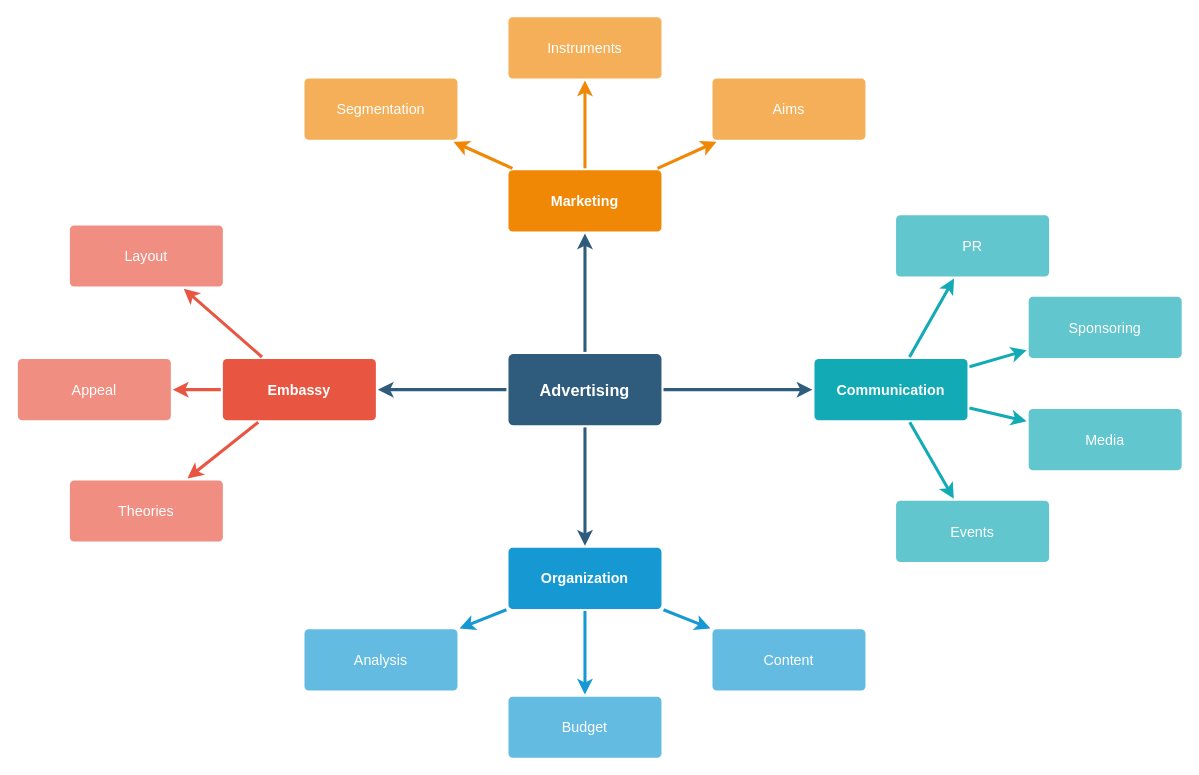
This is Bers.drawio from piemekanika/codewars, a draw.io file, before an edit. Source tidied: cells renumbered, new cells numbered last; positions are measured from the earlier drawing's top-left corner, leaving out a move shared by most shapes. Both pictures are drawn from the tidied source at 102%, with x=0, y=0 at pixel (17, 16).
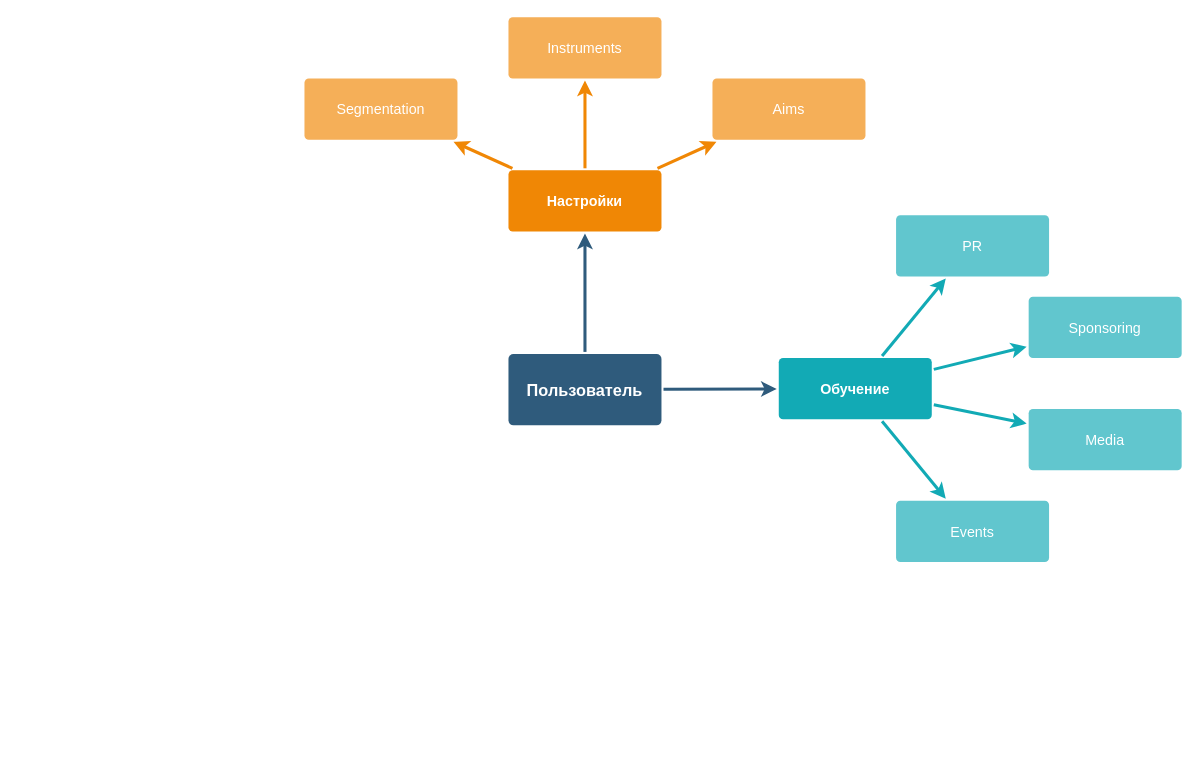
The same page after the edit.

What changed in the source:
```diff
@@
-    <mxCell id="4" style="edgeStyle=none;rounded=0;jumpStyle=none;html=1;shadow=0;labelBackgroundColor=none;startArrow=none;startFill=0;endArrow=classic;endFill=1;jettySize=auto;strokeColor=#2F5B7C;strokeWidth=3;fontFamily=Helvetica;fontSize=16;fontColor=#23445D;spacing=5;" parent="1" edge="1" source="6" target="17">
-      <mxGeometry relative="1" as="geometry" />
-    </mxCell>
-    <mxCell id="5" style="edgeStyle=none;rounded=0;jumpStyle=none;html=1;shadow=0;labelBackgroundColor=none;startArrow=none;startFill=0;endArrow=classic;endFill=1;jettySize=auto;strokeColor=#2F5B7C;strokeWidth=3;fontFamily=Helvetica;fontSize=16;fontColor=#23445D;spacing=5;" parent="1" edge="1" source="6" target="10">
-      <mxGeometry relative="1" as="geometry" />
-    </mxCell>
-    <mxCell id="6" value="Advertising" style="rounded=1;whiteSpace=wrap;html=1;shadow=0;labelBackgroundColor=none;strokeColor=none;strokeWidth=3;fillColor=#2F5B7C;fontFamily=Helvetica;fontSize=16;fontColor=#FFFFFF;align=center;fontStyle=1;spacing=5;arcSize=7;perimeterSpacing=2;" parent="1" vertex="1">
+    <mxCell id="6" value="Пользователь" style="rounded=1;whiteSpace=wrap;html=1;shadow=0;labelBackgroundColor=none;strokeColor=none;strokeWidth=3;fillColor=#2F5B7C;fontFamily=Helvetica;fontSize=16;fontColor=#FFFFFF;align=center;fontStyle=1;spacing=5;arcSize=7;perimeterSpacing=2;" parent="1" vertex="1">
       <mxGeometry x="481" y="330.5" width="150" height="70" as="geometry" />
     </mxCell>
-    <mxCell id="7" style="edgeStyle=none;rounded=1;jumpStyle=none;html=1;shadow=0;labelBackgroundColor=none;startArrow=none;startFill=0;jettySize=auto;strokeColor=#E85642;strokeWidth=3;fontFamily=Helvetica;fontSize=14;fontColor=#FFFFFF;spacing=5;fontStyle=1;fillColor=#b0e3e6;" parent="1" edge="1" source="10" target="13">
-      <mxGeometry relative="1" as="geometry" />
-    </mxCell>
-    <mxCell id="8" style="edgeStyle=none;rounded=1;jumpStyle=none;html=1;shadow=0;labelBackgroundColor=none;startArrow=none;startFill=0;jettySize=auto;strokeColor=#E85642;strokeWidth=3;fontFamily=Helvetica;fontSize=14;fontColor=#FFFFFF;spacing=5;fontStyle=1;fillColor=#b0e3e6;" parent="1" edge="1" source="10" target="12">
-      <mxGeometry relative="1" as="geometry" />
-    </mxCell>
-    <mxCell id="9" style="edgeStyle=none;rounded=1;jumpStyle=none;html=1;shadow=0;labelBackgroundColor=none;startArrow=none;startFill=0;jettySize=auto;strokeColor=#E85642;strokeWidth=3;fontFamily=Helvetica;fontSize=14;fontColor=#FFFFFF;spacing=5;fontStyle=1;fillColor=#b0e3e6;" parent="1" edge="1" source="10" target="11">
-      <mxGeometry relative="1" as="geometry" />
-    </mxCell>
-    <mxCell id="10" value="Embassy" style="rounded=1;whiteSpace=wrap;html=1;shadow=0;labelBackgroundColor=none;strokeColor=none;strokeWidth=3;fillColor=#e85642;fontFamily=Helvetica;fontSize=14;fontColor=#FFFFFF;align=center;spacing=5;fontStyle=1;arcSize=7;perimeterSpacing=2;" parent="1" vertex="1">
-      <mxGeometry x="201" y="335.5" width="150" height="60" as="geometry" />
-    </mxCell>
-    <mxCell id="11" value="Theories" style="rounded=1;whiteSpace=wrap;html=1;shadow=0;labelBackgroundColor=none;strokeColor=none;strokeWidth=3;fillColor=#f08e81;fontFamily=Helvetica;fontSize=14;fontColor=#FFFFFF;align=center;spacing=5;fontStyle=0;arcSize=7;perimeterSpacing=2;" parent="1" vertex="1">
-      <mxGeometry x="51" y="454.5" width="150" height="60" as="geometry" />
-    </mxCell>
-    <mxCell id="12" value="Appeal" style="rounded=1;whiteSpace=wrap;html=1;shadow=0;labelBackgroundColor=none;strokeColor=none;strokeWidth=3;fillColor=#f08e81;fontFamily=Helvetica;fontSize=14;fontColor=#FFFFFF;align=center;spacing=5;fontStyle=0;arcSize=7;perimeterSpacing=2;" parent="1" vertex="1">
-      <mxGeometry y="335.5" width="150" height="60" as="geometry" />
-    </mxCell>
-    <mxCell id="13" value="Layout" style="rounded=1;whiteSpace=wrap;html=1;shadow=0;labelBackgroundColor=none;strokeColor=none;strokeWidth=3;fillColor=#f08e81;fontFamily=Helvetica;fontSize=14;fontColor=#FFFFFF;align=center;spacing=5;fontStyle=0;arcSize=7;perimeterSpacing=2;" parent="1" vertex="1">
-      <mxGeometry x="51" y="204.5" width="150" height="60" as="geometry" />
-    </mxCell>
-    <mxCell id="14" style="edgeStyle=none;rounded=0;jumpStyle=none;html=1;shadow=0;labelBackgroundColor=none;startArrow=none;startFill=0;endArrow=classic;endFill=1;jettySize=auto;strokeColor=#1699D3;strokeWidth=3;fontFamily=Helvetica;fontSize=14;fontColor=#FFFFFF;spacing=5;" parent="1" edge="1" source="17" target="20">
-      <mxGeometry relative="1" as="geometry" />
-    </mxCell>
-    <mxCell id="15" style="edgeStyle=none;rounded=0;jumpStyle=none;html=1;shadow=0;labelBackgroundColor=none;startArrow=none;startFill=0;endArrow=classic;endFill=1;jettySize=auto;strokeColor=#1699D3;strokeWidth=3;fontFamily=Helvetica;fontSize=14;fontColor=#FFFFFF;spacing=5;" parent="1" edge="1" source="17" target="19">
-      <mxGeometry relative="1" as="geometry" />
-    </mxCell>
-    <mxCell id="16" style="edgeStyle=none;rounded=0;jumpStyle=none;html=1;shadow=0;labelBackgroundColor=none;startArrow=none;startFill=0;endArrow=classic;endFill=1;jettySize=auto;strokeColor=#1699D3;strokeWidth=3;fontFamily=Helvetica;fontSize=14;fontColor=#FFFFFF;spacing=5;" parent="1" edge="1" source="17" target="18">
-      <mxGeometry relative="1" as="geometry" />
-    </mxCell>
-    <mxCell id="17" value="Organization" style="rounded=1;whiteSpace=wrap;html=1;shadow=0;labelBackgroundColor=none;strokeColor=none;strokeWidth=3;fillColor=#1699d3;fontFamily=Helvetica;fontSize=14;fontColor=#FFFFFF;align=center;spacing=5;fontStyle=1;arcSize=7;perimeterSpacing=2;" parent="1" vertex="1">
-      <mxGeometry x="481" y="520.5" width="150" height="60" as="geometry" />
-    </mxCell>
-    <mxCell id="18" value="Content" style="rounded=1;whiteSpace=wrap;html=1;shadow=0;labelBackgroundColor=none;strokeColor=none;strokeWidth=3;fillColor=#64bbe2;fontFamily=Helvetica;fontSize=14;fontColor=#FFFFFF;align=center;spacing=5;arcSize=7;perimeterSpacing=2;" parent="1" vertex="1">
-      <mxGeometry x="681" y="600.5" width="150" height="60" as="geometry" />
-    </mxCell>
-    <mxCell id="19" value="Budget" style="rounded=1;whiteSpace=wrap;html=1;shadow=0;labelBackgroundColor=none;strokeColor=none;strokeWidth=3;fillColor=#64bbe2;fontFamily=Helvetica;fontSize=14;fontColor=#FFFFFF;align=center;spacing=5;arcSize=7;perimeterSpacing=2;" parent="1" vertex="1">
-      <mxGeometry x="481" y="666.5" width="150" height="60" as="geometry" />
-    </mxCell>
-    <mxCell id="20" value="Analysis" style="rounded=1;whiteSpace=wrap;html=1;shadow=0;labelBackgroundColor=none;strokeColor=none;strokeWidth=3;fillColor=#64bbe2;fontFamily=Helvetica;fontSize=14;fontColor=#FFFFFF;align=center;spacing=5;arcSize=7;perimeterSpacing=2;" parent="1" vertex="1">
-      <mxGeometry x="281" y="600.5" width="150" height="60" as="geometry" />
-    </mxCell>
-    <mxCell id="21" value="Marketing" style="rounded=1;whiteSpace=wrap;html=1;shadow=0;labelBackgroundColor=none;strokeColor=none;strokeWidth=3;fillColor=#F08705;fontFamily=Helvetica;fontSize=14;fontColor=#FFFFFF;align=center;spacing=5;fontStyle=1;arcSize=7;perimeterSpacing=2;" parent="1" vertex="1">
+    <mxCell id="21" value="Настройки" style="rounded=1;whiteSpace=wrap;html=1;shadow=0;labelBackgroundColor=none;strokeColor=none;strokeWidth=3;fillColor=#F08705;fontFamily=Helvetica;fontSize=14;fontColor=#FFFFFF;align=center;spacing=5;fontStyle=1;arcSize=7;perimeterSpacing=2;" parent="1" vertex="1">
       <mxGeometry x="481" y="150.5" width="150" height="60" as="geometry" />
     </mxCell>
@@
-    <mxCell id="28" value="Communication" style="rounded=1;whiteSpace=wrap;html=1;shadow=0;labelBackgroundColor=none;strokeColor=none;strokeWidth=3;fillColor=#12aab5;fontFamily=Helvetica;fontSize=14;fontColor=#FFFFFF;align=center;spacing=5;fontStyle=1;arcSize=7;perimeterSpacing=2;" parent="1" vertex="1">
-      <mxGeometry x="781" y="335.5" width="150" height="60" as="geometry" />
+    <mxCell id="28" value="Обучение" style="rounded=1;whiteSpace=wrap;html=1;shadow=0;labelBackgroundColor=none;strokeColor=none;strokeWidth=3;fillColor=#12aab5;fontFamily=Helvetica;fontSize=14;fontColor=#FFFFFF;align=center;spacing=5;fontStyle=1;arcSize=7;perimeterSpacing=2;" parent="1" vertex="1">
+      <mxGeometry x="746" y="334.5" width="150" height="60" as="geometry" />
     </mxCell>
```
